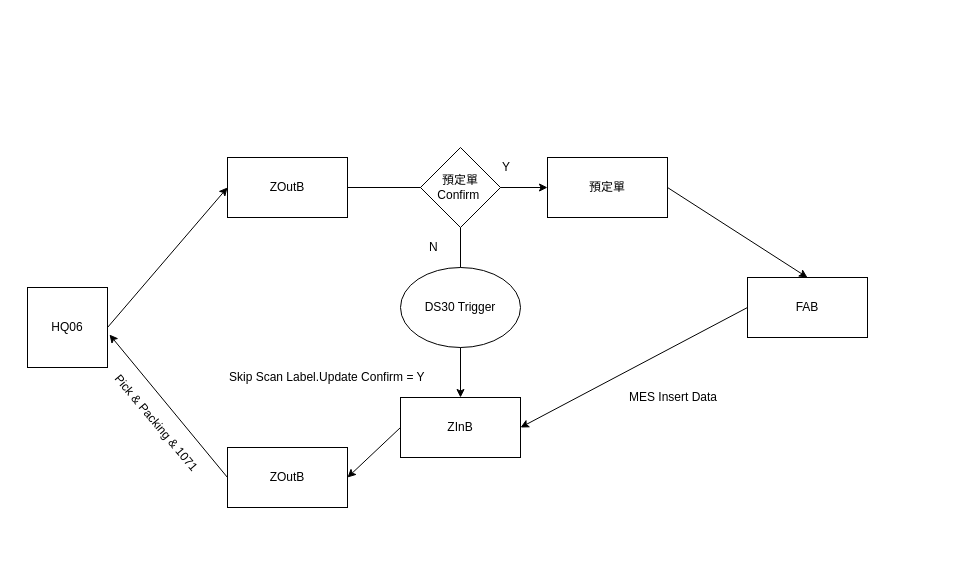
Above: FABKtoFAB6.drawio in Charles886/zzcoco (draw.io), before the change. Source tidied: cells renumbered, new cells numbered last; positions are measured from the earlier drawing's top-left corner, leaving out a move shared by most shapes. Both pictures are drawn from the tidied source at 100%, with x=0, y=0 at pixel (27, 147).
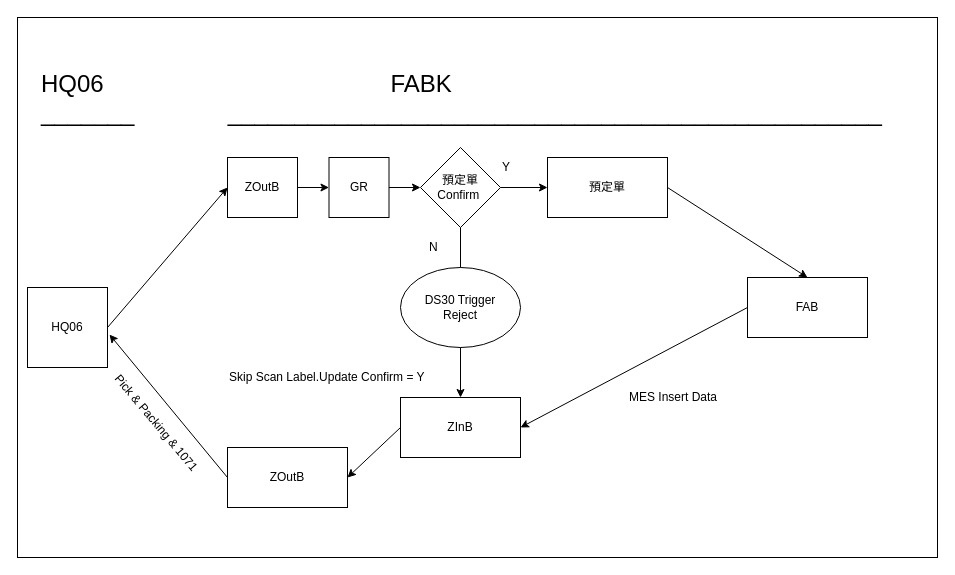
The same page after the edit.

The change refers to these unchanged cells:
```xml
<mxCell id="5" value="預定單" style="rounded=0;whiteSpace=wrap;html=1;" parent="1" vertex="1">
  <mxGeometry x="520" y="10" width="120" height="60" as="geometry" />
</mxCell>
<mxCell id="8" value="預定單Confirm&amp;nbsp;" style="rhombus;whiteSpace=wrap;html=1;" parent="1" vertex="1">
  <mxGeometry x="393" width="80" height="80" as="geometry" />
</mxCell>
```

Change to the diagram source:
```diff
@@
+    <mxCell id="22" style="rounded=0;whiteSpace=wrap;html=1;" parent="1" vertex="1">
+      <mxGeometry x="-10" y="-130" width="920" height="540" as="geometry" />
+    </mxCell>
     <mxCell id="2" value="ZOutB" style="rounded=0;whiteSpace=wrap;html=1;" parent="1" vertex="1">
-      <mxGeometry x="200" y="10" width="120" height="60" as="geometry" />
+      <mxGeometry x="200" y="10" width="70" height="60" as="geometry" />
     </mxCell>
@@
-    <mxCell id="7" style="endArrow=classic;html=1;entryX=0;entryY=0.5;entryDx=0;entryDy=0;exitX=1;exitY=0.5;exitDx=0;exitDy=0;" parent="1" edge="1" source="2" target="5">
+    <mxCell id="7" style="endArrow=classic;html=1;exitX=1;exitY=0.5;exitDx=0;exitDy=0;" parent="1" edge="1" source="23" target="8">
       <mxGeometry relative="1" as="geometry" />
     </mxCell>
@@
-    <mxCell id="13" value="DS30 Trigger" style="ellipse;whiteSpace=wrap;html=1;" parent="1" vertex="1">
+    <mxCell id="13" value="DS30 Trigger&lt;br&gt;&amp;nbsp;Reject&amp;nbsp;" style="ellipse;whiteSpace=wrap;html=1;" parent="1" vertex="1">
       <mxGeometry x="373" y="120" width="120" height="80" as="geometry" />
     </mxCell>
@@
+    <mxCell id="23" value="GR" style="rounded=0;whiteSpace=wrap;html=1;" parent="1" vertex="1">
+      <mxGeometry x="301.5" y="10" width="60" height="60" as="geometry" />
+    </mxCell>
+    <mxCell id="24" style="endArrow=classic;html=1;entryX=0;entryY=0.5;entryDx=0;entryDy=0;exitX=1;exitY=0.5;exitDx=0;exitDy=0;" parent="1" edge="1" source="2" target="23">
+      <mxGeometry relative="1" as="geometry" />
+    </mxCell>
+    <mxCell id="25" style="endArrow=classic;html=1;exitX=1;exitY=0.5;exitDx=0;exitDy=0;entryX=0;entryY=0.5;entryDx=0;entryDy=0;" parent="1" edge="1" source="8" target="5">
+      <mxGeometry relative="1" as="geometry" />
+    </mxCell>
+    <mxCell id="26" value="&lt;font style=&quot;font-size: 24px&quot;&gt;&lt;font style=&quot;font-size: 24px&quot;&gt;HQ06&amp;nbsp; &amp;nbsp; &amp;nbsp; &amp;nbsp; &amp;nbsp; &amp;nbsp; &amp;nbsp; &amp;nbsp; &amp;nbsp; &amp;nbsp; &amp;nbsp; &amp;nbsp; &amp;nbsp; &amp;nbsp; &amp;nbsp; &amp;nbsp; &amp;nbsp; &amp;nbsp; &amp;nbsp; &amp;nbsp; &amp;nbsp; &amp;nbsp;FABK&lt;br&gt;&lt;/font&gt;_______&amp;nbsp; &amp;nbsp; &amp;nbsp; &amp;nbsp; &amp;nbsp; &amp;nbsp; &amp;nbsp; _________________________________________________&amp;nbsp;&lt;/font&gt;&lt;br&gt;" style="text;html=1;align=left;verticalAlign=top;spacingTop=-4;" parent="1" vertex="1">
+      <mxGeometry x="12" y="-80" width="850" height="40" as="geometry" />
+    </mxCell>
```
